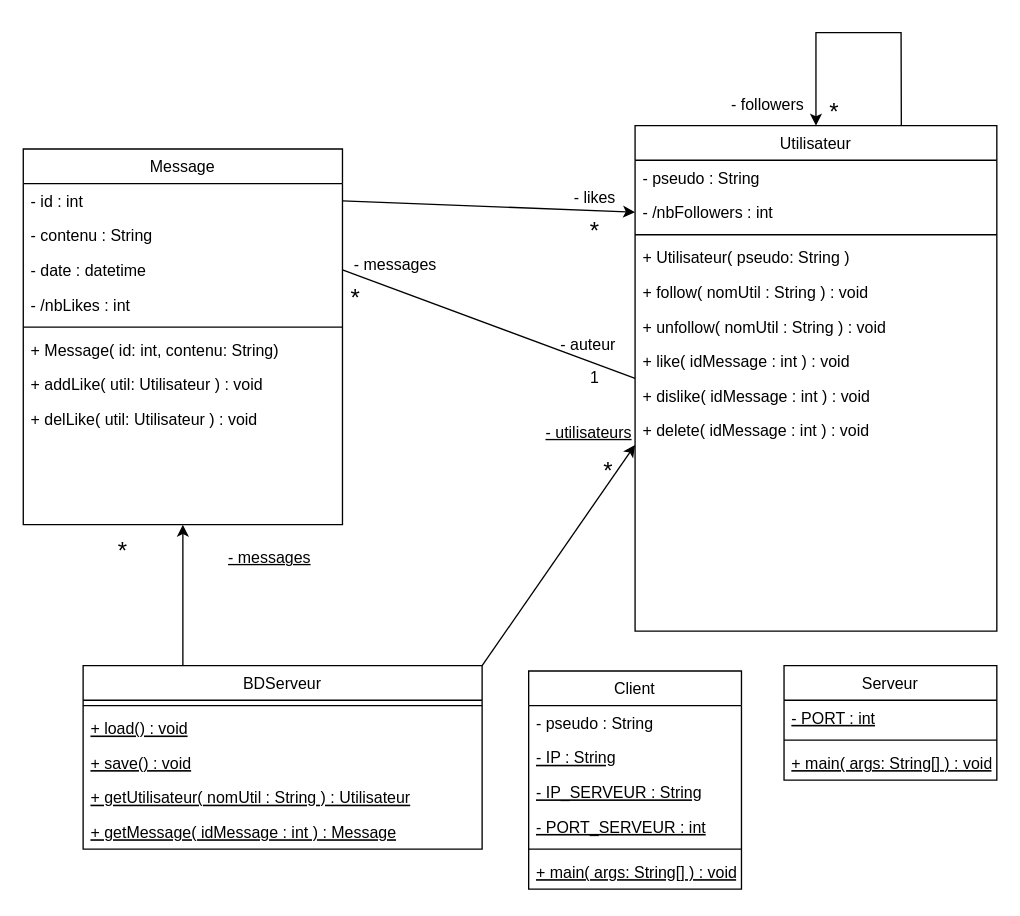
Before: diagramme_de_classes.drawio in GOUDALArthur/SAE_reseau_social, a draw.io diagram. Source tidied: cells renumbered, new cells numbered last; positions are measured from the earlier drawing's top-left corner, leaving out a move shared by most shapes. Both pictures are drawn from the tidied source at 133%, with x=0, y=0 at pixel (23, 32).
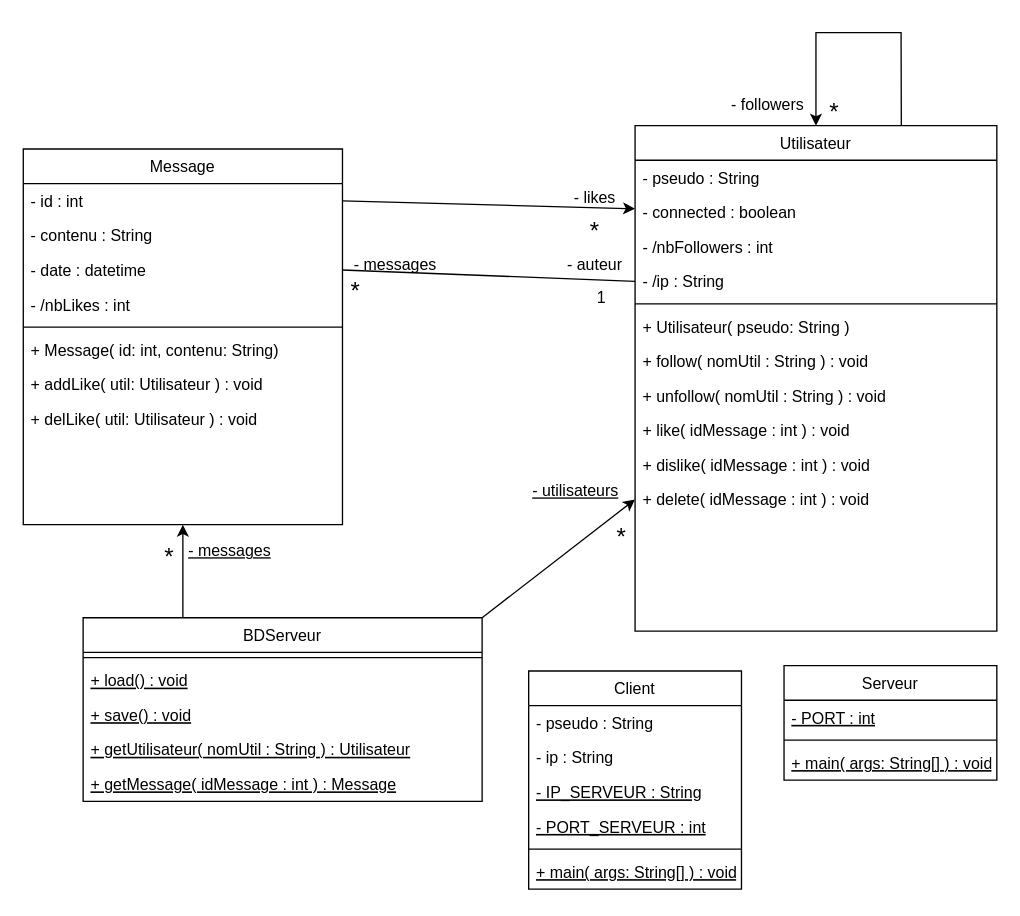
After the change.

Unchanged cells that the change refers to:
```xml
<mxCell id="8" value="Utilisateur" style="swimlane;fontStyle=0;align=center;verticalAlign=top;horizontal=1;startSize=26;rounded=0;shadow=0;strokeWidth=1;" parent="1" vertex="1">
  <mxGeometry x="460" y="70" width="272" height="380" as="geometry" />
</mxCell>
<mxCell id="19" value="- id : int" style="text;align=left;verticalAlign=top;spacingLeft=4;spacingRight=4;overflow=hidden;points=[[0,0.5],[1,0.5]];portConstraint=eastwest;rounded=0;shadow=0;html=0;" parent="18" vertex="1">
  <mxGeometry y="26" width="240" height="26" as="geometry" />
</mxCell>
<mxCell id="21" value="- date : datetime" style="text;align=left;verticalAlign=top;spacingLeft=4;spacingRight=4;overflow=hidden;points=[[0,0.5],[1,0.5]];portConstraint=eastwest;" parent="18" vertex="1">
  <mxGeometry y="78" width="240" height="26" as="geometry" />
</mxCell>
<mxCell id="36" value="- likes" style="text;html=1;strokeColor=none;fillColor=none;align=center;verticalAlign=middle;whiteSpace=wrap;rounded=0;" parent="1" vertex="1">
  <mxGeometry x="400" y="110" width="60" height="30" as="geometry" />
</mxCell>
<mxCell id="38" value="Client" style="swimlane;fontStyle=0;align=center;verticalAlign=top;horizontal=1;startSize=26;rounded=0;shadow=0;strokeWidth=1;" parent="1" vertex="1">
  <mxGeometry x="380" y="480" width="160" height="164" as="geometry" />
</mxCell>
```

What changed in the source:
```diff
@@
     <mxCell id="2" value="BDServeur" style="swimlane;fontStyle=0;align=center;verticalAlign=top;horizontal=1;startSize=26;rounded=0;shadow=0;strokeWidth=1;" parent="1" vertex="1">
-      <mxGeometry x="45" y="476" width="300" height="138" as="geometry" />
+      <mxGeometry x="45" y="440" width="300" height="138" as="geometry" />
     </mxCell>
@@
+    <mxCell id="55" value="- connected : boolean" style="text;align=left;verticalAlign=top;spacingLeft=4;spacingRight=4;overflow=hidden;" parent="8" vertex="1">
+      <mxGeometry y="52" width="272" height="26" as="geometry" />
+    </mxCell>
     <mxCell id="10" value="- /nbFollowers : int" style="text;align=left;verticalAlign=top;spacingLeft=4;spacingRight=4;overflow=hidden;points=[[0,0.5],[1,0.5]];portConstraint=eastwest;rounded=0;shadow=0;html=0;" parent="8" vertex="1">
-      <mxGeometry y="52" width="272" height="26" as="geometry" />
+      <mxGeometry y="78" width="272" height="26" as="geometry" />
     </mxCell>
+    <mxCell id="56" value="- /ip : String" style="text;align=left;verticalAlign=top;spacingLeft=4;spacingRight=4;overflow=hidden;points=[[0,0.5],[1,0.5]];portConstraint=eastwest;" parent="8" vertex="1">
+      <mxGeometry y="104" width="272" height="26" as="geometry" />
+    </mxCell>
     <mxCell id="11" style="line;html=1;strokeWidth=1;align=left;verticalAlign=middle;spacingTop=-1;spacingLeft=3;spacingRight=3;labelPosition=right;" parent="8" vertex="1">
-      <mxGeometry y="78" width="272" height="8" as="geometry" />
+      <mxGeometry y="130" width="272" height="8" as="geometry" />
     </mxCell>
     <mxCell id="12" value="+ Utilisateur( pseudo: String )&#10;" style="text;align=left;verticalAlign=top;spacingLeft=4;spacingRight=4;overflow=hidden;" parent="8" vertex="1">
-      <mxGeometry y="86" width="272" height="26" as="geometry" />
+      <mxGeometry y="138" width="272" height="26" as="geometry" />
     </mxCell>
     <mxCell id="13" value="+ follow( nomUtil : String ) : void" style="text;align=left;verticalAlign=top;spacingLeft=4;spacingRight=4;overflow=hidden;" parent="8" vertex="1">
-      <mxGeometry y="112" width="272" height="26" as="geometry" />
+      <mxGeometry y="164" width="272" height="26" as="geometry" />
     </mxCell>
     <mxCell id="14" value="+ unfollow( nomUtil : String ) : void" style="text;align=left;verticalAlign=top;spacingLeft=4;spacingRight=4;overflow=hidden;" parent="8" vertex="1">
-      <mxGeometry y="138" width="272" height="26" as="geometry" />
+      <mxGeometry y="190" width="272" height="26" as="geometry" />
     </mxCell>
     <mxCell id="15" value="+ like( idMessage : int ) : void" style="text;align=left;verticalAlign=top;spacingLeft=4;spacingRight=4;overflow=hidden;" parent="8" vertex="1">
-      <mxGeometry y="164" width="272" height="26" as="geometry" />
+      <mxGeometry y="216" width="272" height="26" as="geometry" />
     </mxCell>
     <mxCell id="16" value="+ dislike( idMessage : int ) : void" style="text;align=left;verticalAlign=top;spacingLeft=4;spacingRight=4;overflow=hidden;" parent="8" vertex="1">
-      <mxGeometry y="190" width="272" height="26" as="geometry" />
+      <mxGeometry y="242" width="272" height="26" as="geometry" />
     </mxCell>
     <mxCell id="17" value="+ delete( idMessage : int ) : void" style="text;align=left;verticalAlign=top;spacingLeft=4;spacingRight=4;overflow=hidden;points=[[0,0.5],[1,0.5]];portConstraint=eastwest;" parent="8" vertex="1">
-      <mxGeometry y="216" width="272" height="26" as="geometry" />
+      <mxGeometry y="268" width="272" height="26" as="geometry" />
     </mxCell>
@@
-    <mxCell id="30" style="endArrow=none;html=1;rounded=0;exitX=1;exitY=0.5;exitDx=0;exitDy=0;entryX=0;entryY=0.5;entryDx=0;entryDy=0;" parent="1" edge="1" source="21" target="8">
+    <mxCell id="30" style="endArrow=none;html=1;rounded=0;exitX=1;exitY=0.5;exitDx=0;exitDy=0;entryX=0;entryY=0.5;entryDx=0;entryDy=0;" parent="1" edge="1" source="21" target="56">
       <mxGeometry relative="1" as="geometry" />
     </mxCell>
@@
     <mxCell id="32" value="&lt;font style=&quot;font-size: 18px;&quot;&gt;*&lt;/font&gt;" style="text;html=1;strokeColor=none;fillColor=none;align=center;verticalAlign=middle;whiteSpace=wrap;rounded=0;" parent="1" vertex="1">
-      <mxGeometry x="220" y="190" width="60" height="20" as="geometry" />
+      <mxGeometry x="220" y="190" width="60" height="10" as="geometry" />
     </mxCell>
     <mxCell id="33" value="1" style="text;html=1;strokeColor=none;fillColor=none;align=center;verticalAlign=middle;whiteSpace=wrap;rounded=0;" parent="1" vertex="1">
-      <mxGeometry x="400" y="250" width="60" height="20" as="geometry" />
+      <mxGeometry x="405" y="190" width="60" height="20" as="geometry" />
     </mxCell>
     <mxCell id="34" value="- auteur" style="text;html=1;strokeColor=none;fillColor=none;align=center;verticalAlign=middle;whiteSpace=wrap;rounded=0;" parent="1" vertex="1">
-      <mxGeometry x="390" y="220" width="70" height="30" as="geometry" />
+      <mxGeometry x="395" y="160" width="70" height="30" as="geometry" />
     </mxCell>
-    <mxCell id="35" style="endArrow=classic;html=1;rounded=0;exitX=1;exitY=0.5;exitDx=0;exitDy=0;entryX=0;entryY=0.5;entryDx=0;entryDy=0;" parent="1" edge="1" source="19" target="10">
+    <mxCell id="35" style="endArrow=classic;html=1;rounded=0;exitX=1;exitY=0.5;exitDx=0;exitDy=0;entryX=1;entryY=0.75;entryDx=0;entryDy=0;" parent="1" edge="1" source="19" target="36">
       <mxGeometry relative="1" as="geometry" />
     </mxCell>
@@
-    <mxCell id="40" value="- IP : String" style="text;align=left;verticalAlign=top;spacingLeft=4;spacingRight=4;overflow=hidden;rounded=0;shadow=0;html=0;fontStyle=4;" parent="38" vertex="1">
+    <mxCell id="40" value="- ip : String" style="text;align=left;verticalAlign=top;spacingLeft=4;spacingRight=4;overflow=hidden;rounded=0;shadow=0;html=0;fontStyle=0;" parent="38" vertex="1">
       <mxGeometry y="52" width="160" height="26" as="geometry" />
     </mxCell>
@@
-    <mxCell id="50" style="endArrow=classic;html=1;rounded=0;exitX=1;exitY=0;exitDx=0;exitDy=0;" parent="1" edge="1" source="2">
-      <mxGeometry relative="1" as="geometry">
-        <mxPoint x="460" y="310" as="targetPoint" />
-      </mxGeometry>
+    <mxCell id="50" style="endArrow=classic;html=1;rounded=0;exitX=1;exitY=0;exitDx=0;exitDy=0;entryX=0;entryY=0.5;entryDx=0;entryDy=0;" parent="1" edge="1" source="2" target="17">
+      <mxGeometry relative="1" as="geometry" />
     </mxCell>
     <mxCell id="51" value="&lt;font style=&quot;font-size: 18px;&quot;&gt;*&lt;/font&gt;" style="text;html=1;strokeColor=none;fillColor=none;align=center;verticalAlign=middle;whiteSpace=wrap;rounded=0;" parent="1" vertex="1">
-      <mxGeometry x="410" y="320" width="60" height="20" as="geometry" />
+      <mxGeometry x="420" y="370" width="60" height="20" as="geometry" />
     </mxCell>
     <mxCell id="52" value="&lt;u&gt;- utilisateurs&lt;/u&gt;" style="text;html=1;align=center;verticalAlign=middle;strokeColor=none;fillColor=none;" parent="1" vertex="1">
-      <mxGeometry x="380" y="286" width="90" height="30" as="geometry" />
+      <mxGeometry x="370" y="330" width="90" height="30" as="geometry" />
     </mxCell>
     <mxCell id="53" value="&lt;font style=&quot;font-size: 18px;&quot;&gt;*&lt;/font&gt;" style="text;html=1;strokeColor=none;fillColor=none;align=center;verticalAlign=middle;whiteSpace=wrap;rounded=0;" parent="1" vertex="1">
-      <mxGeometry x="45" y="380" width="60" height="20" as="geometry" />
+      <mxGeometry x="80" y="385" width="60" height="20" as="geometry" />
     </mxCell>
     <mxCell id="54" value="&lt;u&gt;- messages&lt;/u&gt;" style="text;html=1;align=center;verticalAlign=middle;strokeColor=none;fillColor=none;" parent="1" vertex="1">
-      <mxGeometry x="140" y="380" width="90" height="30" as="geometry" />
+      <mxGeometry x="110" y="375" width="90" height="30" as="geometry" />
     </mxCell>
```
